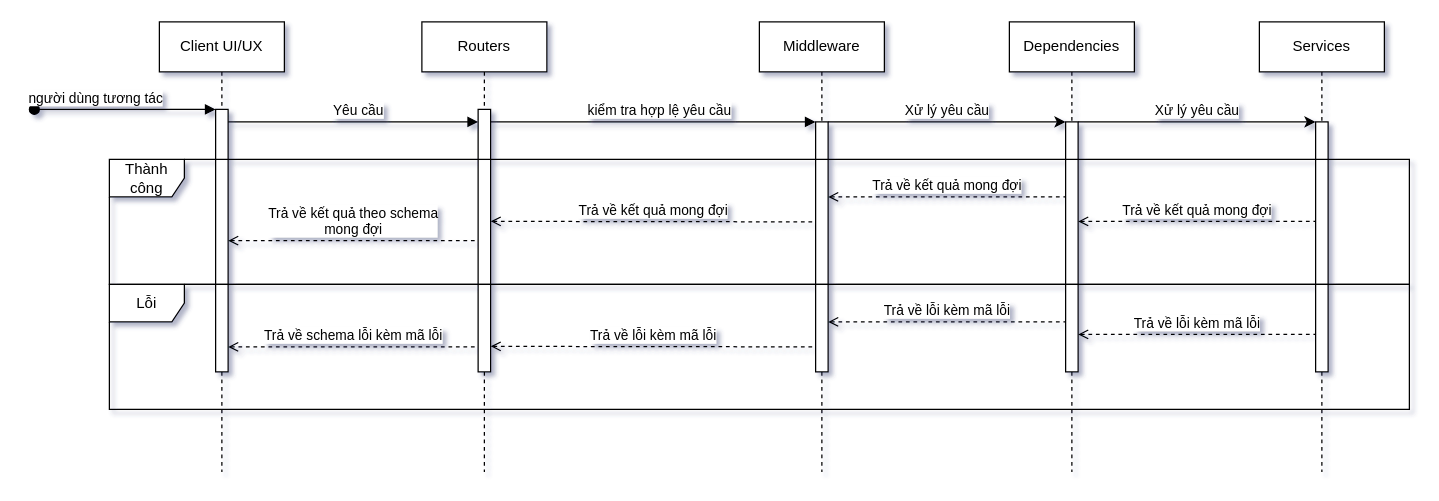
Earlier version of the draw.io diagram Diagrams/sequence/Sơ đồ Sequence xử lý routes.drawio (VennDev/EC-Recommend-System-Old). Source tidied: cells renumbered, new cells numbered last; positions are measured from the earlier drawing's top-left corner, leaving out a move shared by most shapes. Both pictures are drawn from the tidied source at 125%, with x=0, y=0 at pixel (34, 21).
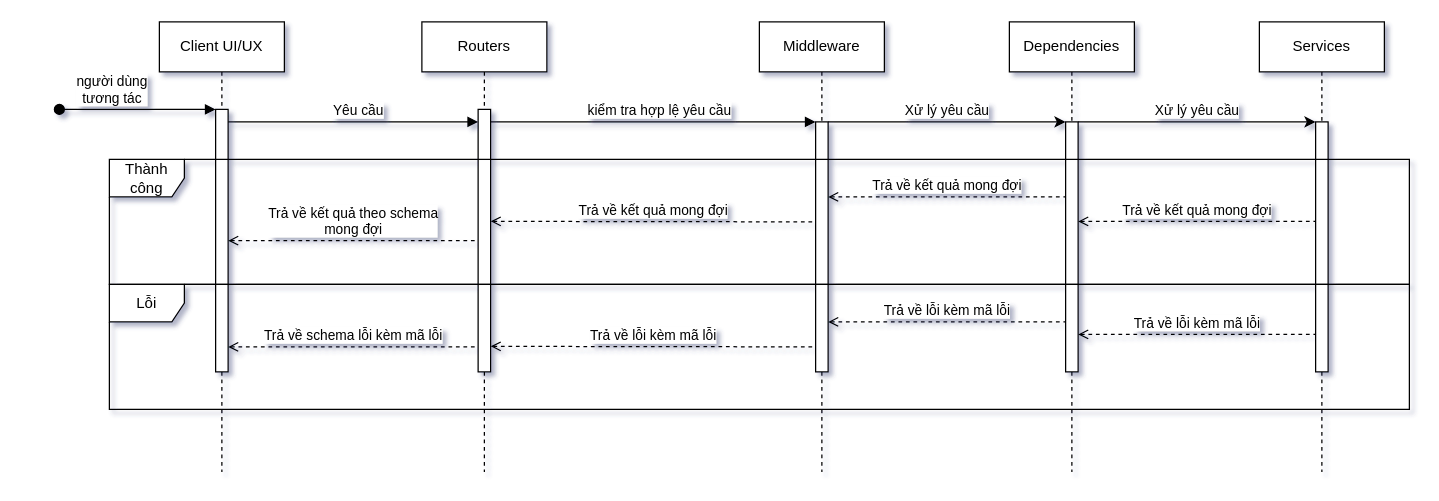
The same page after the edit.

Unchanged cells that the change refers to:
```xml
<mxCell id="2" value="Routers" style="shape=umlLifeline;perimeter=lifelinePerimeter;whiteSpace=wrap;html=1;newEdgeStyle={&quot;edgeStyle&quot;:&quot;elbowEdgeStyle&quot;,&quot;elbow&quot;:&quot;vertical&quot;,&quot;curved&quot;:0,&quot;rounded&quot;:0};" parent="1" vertex="1">
  <mxGeometry x="310" width="100" height="360" as="geometry" />
</mxCell>
<mxCell id="23" style="html=1;points=[];perimeter=orthogonalPerimeter;outlineConnect=0;targetShapes=umlLifeline;portConstraint=eastwest;newEdgeStyle={&quot;edgeStyle&quot;:&quot;elbowEdgeStyle&quot;,&quot;elbow&quot;:&quot;vertical&quot;,&quot;curved&quot;:0,&quot;rounded&quot;:0};" parent="22" vertex="1">
  <mxGeometry x="45" y="70" width="10" height="210" as="geometry" />
</mxCell>
```

Diff of the diagram source:
```diff
@@
-    <mxCell id="4" value="người dùng tương tác" style="html=1;verticalAlign=bottom;startArrow=oval;endArrow=block;startSize=8;edgeStyle=elbowEdgeStyle;elbow=vertical;curved=0;rounded=0;" parent="2" edge="1" target="23">
+    <mxCell id="4" value="người dùng &lt;br&gt;tương tác" style="html=1;verticalAlign=bottom;startArrow=oval;endArrow=block;startSize=8;edgeStyle=elbowEdgeStyle;elbow=vertical;curved=0;rounded=0;" parent="2" edge="1" target="23">
       <mxGeometry x="-0.33" relative="1" as="geometry">
-        <mxPoint x="-310" y="70" as="sourcePoint" />
+        <mxPoint x="-290" y="70" as="sourcePoint" />
         <Array as="points">
           <mxPoint x="-230" y="70" />
           <mxPoint x="-220" y="60" />
           <mxPoint x="40" y="60" />
         </Array>
       </mxGeometry>
     </mxCell>
```
